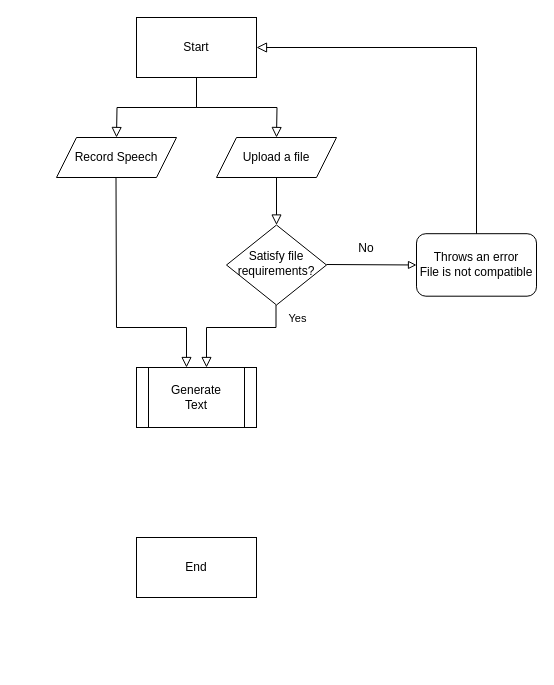
JVincentG/Diagrams keeps this draw.io diagram as IPO.drawio. Above is the earlier version. Source tidied: cells renumbered, new cells numbered last; positions are measured from the earlier drawing's top-left corner, leaving out a move shared by most shapes. Both pictures are drawn from the tidied source at 100%, with x=0, y=0 at pixel (56, 17).
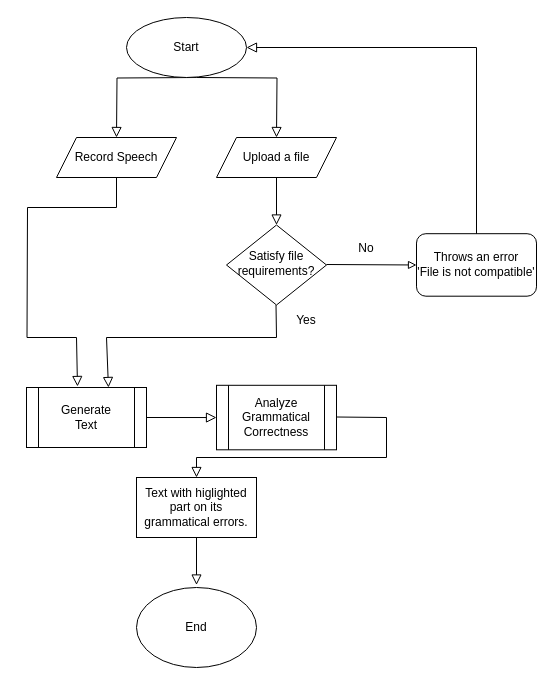
The same page after the edit.

Unchanged cells that the change refers to:
```xml
<mxCell id="15" value="Record Speech" style="shape=parallelogram;perimeter=parallelogramPerimeter;whiteSpace=wrap;html=1;fixedSize=1;" parent="1" vertex="1">
  <mxGeometry y="120" width="120" height="40" as="geometry" />
</mxCell>
```

The edit, as a diff of the source:
```diff
@@
-    <mxCell id="2" value="Start" style="rounded=0;whiteSpace=wrap;html=1;" parent="1" vertex="1">
-      <mxGeometry x="80" width="120" height="60" as="geometry" />
-    </mxCell>
-    <mxCell id="3" style="rounded=0;html=1;jettySize=auto;fontSize=11;endArrow=block;endFill=0;endSize=8;strokeWidth=1;shadow=0;labelBackgroundColor=none;edgeStyle=orthogonalEdgeStyle;exitX=0.5;exitY=1;exitDx=0;exitDy=0;entryX=0.5;entryY=0;entryDx=0;entryDy=0;" parent="1" edge="1" source="2">
+    <mxCell id="3" style="rounded=0;html=1;jettySize=auto;orthogonalLoop=1;fontSize=11;endArrow=block;endFill=0;endSize=8;strokeWidth=1;shadow=0;labelBackgroundColor=none;edgeStyle=orthogonalEdgeStyle;exitX=0.5;exitY=1;exitDx=0;exitDy=0;entryX=0.5;entryY=0;entryDx=0;entryDy=0;" parent="1" edge="1">
       <mxGeometry relative="1" as="geometry">
+        <mxPoint x="140" y="60" as="sourcePoint" />
         <mxPoint x="60" y="120" as="targetPoint" />
       </mxGeometry>
     </mxCell>
-    <mxCell id="4" style="rounded=0;html=1;jettySize=auto;fontSize=11;endArrow=block;endFill=0;endSize=8;strokeWidth=1;shadow=0;labelBackgroundColor=none;edgeStyle=orthogonalEdgeStyle;exitX=0.5;exitY=1;exitDx=0;exitDy=0;entryX=0.5;entryY=0;entryDx=0;entryDy=0;" parent="1" edge="1" source="2">
+    <mxCell id="4" style="rounded=0;html=1;jettySize=auto;orthogonalLoop=1;fontSize=11;endArrow=block;endFill=0;endSize=8;strokeWidth=1;shadow=0;labelBackgroundColor=none;edgeStyle=orthogonalEdgeStyle;exitX=0.5;exitY=1;exitDx=0;exitDy=0;entryX=0.5;entryY=0;entryDx=0;entryDy=0;" parent="1" edge="1">
       <mxGeometry relative="1" as="geometry">
+        <mxPoint x="140" y="60" as="sourcePoint" />
         <mxPoint x="220" y="120" as="targetPoint" />
       </mxGeometry>
     </mxCell>
-    <mxCell id="5" value="End" style="rounded=0;whiteSpace=wrap;html=1;" parent="1" vertex="1">
-      <mxGeometry x="80" y="520" width="120" height="60" as="geometry" />
-    </mxCell>
@@
-    <mxCell id="7" value="Yes" style="rounded=0;html=1;jettySize=auto;orthogonalLoop=1;fontSize=11;endArrow=block;endFill=0;endSize=8;strokeWidth=1;shadow=0;labelBackgroundColor=none;edgeStyle=orthogonalEdgeStyle;" parent="1" edge="1">
-      <mxGeometry x="-0.81" y="21" relative="1" as="geometry">
-        <mxPoint x="219.5" y="287.5" as="sourcePoint" />
-        <mxPoint x="150" y="350" as="targetPoint" />
-        <Array as="points">
-          <mxPoint x="220" y="310" />
-          <mxPoint x="150" y="310" />
-        </Array>
-      </mxGeometry>
-    </mxCell>
-    <mxCell id="8" value="Throws an error&lt;br&gt;File is not compatible" style="rounded=1;whiteSpace=wrap;html=1;fontSize=12;glass=0;strokeWidth=1;shadow=0;" parent="1" vertex="1">
+    <mxCell id="8" value="Throws an error&lt;br&gt;'File is not compatible'" style="rounded=1;whiteSpace=wrap;html=1;fontSize=12;glass=0;strokeWidth=1;shadow=0;" parent="1" vertex="1">
       <mxGeometry x="360" y="216.2" width="120" height="62.5" as="geometry" />
     </mxCell>
@@
-    <mxCell id="13" style="endArrow=block;html=1;rounded=0;endFill=0;exitX=0.5;exitY=1;exitDx=0;exitDy=0;endSize=8;" parent="1" edge="1">
+    <mxCell id="13" style="endArrow=block;html=1;rounded=0;endFill=0;exitX=0.5;exitY=1;exitDx=0;exitDy=0;endSize=8;entryX=0.425;entryY=-0.017;entryDx=0;entryDy=0;entryPerimeter=0;" parent="1" edge="1" source="15" target="16">
       <mxGeometry relative="1" as="geometry">
-        <mxPoint x="59.5" y="160" as="sourcePoint" />
-        <mxPoint x="130" y="350" as="targetPoint" />
         <Array as="points">
-          <mxPoint x="60" y="310" />
-          <mxPoint x="130" y="310" />
+          <mxPoint x="60" y="190" />
+          <mxPoint x="-29" y="190" />
+          <mxPoint x="-29.5" y="320" />
+          <mxPoint x="20" y="320" />
         </Array>
       </mxGeometry>
     </mxCell>
@@
     <mxCell id="16" value="Generate&lt;br&gt;Text" style="shape=process;whiteSpace=wrap;html=1;backgroundOutline=1;" parent="1" vertex="1">
-      <mxGeometry x="80" y="350" width="120" height="60" as="geometry" />
+      <mxGeometry x="-30" y="370" width="120" height="60" as="geometry" />
     </mxCell>
+    <mxCell id="17" style="endArrow=block;html=1;rounded=0;endFill=0;entryX=0;entryY=0.5;entryDx=0;entryDy=0;exitX=1;exitY=0.5;exitDx=0;exitDy=0;endSize=8;" parent="1" edge="1" source="16" target="19">
+      <mxGeometry relative="1" as="geometry" />
+    </mxCell>
+    <mxCell id="2" value="Start" style="ellipse;whiteSpace=wrap;html=1;" parent="1" vertex="1">
+      <mxGeometry x="70" width="120" height="60" as="geometry" />
+    </mxCell>
+    <mxCell id="5" value="End" style="ellipse;whiteSpace=wrap;html=1;" parent="1" vertex="1">
+      <mxGeometry x="80" y="570" width="120" height="80" as="geometry" />
+    </mxCell>
+    <mxCell id="18" style="endArrow=block;html=1;rounded=0;endFill=0;entryX=0.5;entryY=0;entryDx=0;entryDy=0;exitX=0.5;exitY=1;exitDx=0;exitDy=0;endSize=8;" parent="1" edge="1">
+      <mxGeometry relative="1" as="geometry">
+        <mxPoint x="140" y="520" as="sourcePoint" />
+        <mxPoint x="140" y="567.5" as="targetPoint" />
+      </mxGeometry>
+    </mxCell>
+    <mxCell id="19" value="Analyze Grammatical Correctness" style="shape=process;whiteSpace=wrap;html=1;backgroundOutline=1;" parent="1" vertex="1">
+      <mxGeometry x="160" y="367.8" width="120" height="64.5" as="geometry" />
+    </mxCell>
+    <mxCell id="20" style="endArrow=block;html=1;rounded=0;endFill=0;entryX=0.683;entryY=0;entryDx=0;entryDy=0;exitX=0.5;exitY=1;exitDx=0;exitDy=0;endSize=8;entryPerimeter=0;" parent="1" edge="1" target="16">
+      <mxGeometry relative="1" as="geometry">
+        <mxPoint x="219.5" y="287.5" as="sourcePoint" />
+        <Array as="points">
+          <mxPoint x="220" y="320" />
+          <mxPoint x="50" y="320" />
+        </Array>
+      </mxGeometry>
+    </mxCell>
+    <mxCell id="7" value="Yes" style="text;html=1;strokeColor=none;fillColor=none;align=center;verticalAlign=middle;whiteSpace=wrap;rounded=0;" parent="1" vertex="1">
+      <mxGeometry x="220" y="287.5" width="60" height="30" as="geometry" />
+    </mxCell>
+    <mxCell id="21" value="Text with higlighted part on its grammatical errors." style="rounded=0;whiteSpace=wrap;html=1;" parent="1" vertex="1">
+      <mxGeometry x="80" y="460" width="120" height="60" as="geometry" />
+    </mxCell>
+    <mxCell id="22" style="endArrow=block;html=1;rounded=0;endFill=0;entryX=0.5;entryY=0;entryDx=0;entryDy=0;exitX=1;exitY=0.5;exitDx=0;exitDy=0;endSize=8;" parent="1" edge="1" target="21">
+      <mxGeometry relative="1" as="geometry">
+        <mxPoint x="280" y="399.5" as="sourcePoint" />
+        <Array as="points">
+          <mxPoint x="330" y="400" />
+          <mxPoint x="330" y="440" />
+          <mxPoint x="140" y="440" />
+        </Array>
+      </mxGeometry>
+    </mxCell>
```
